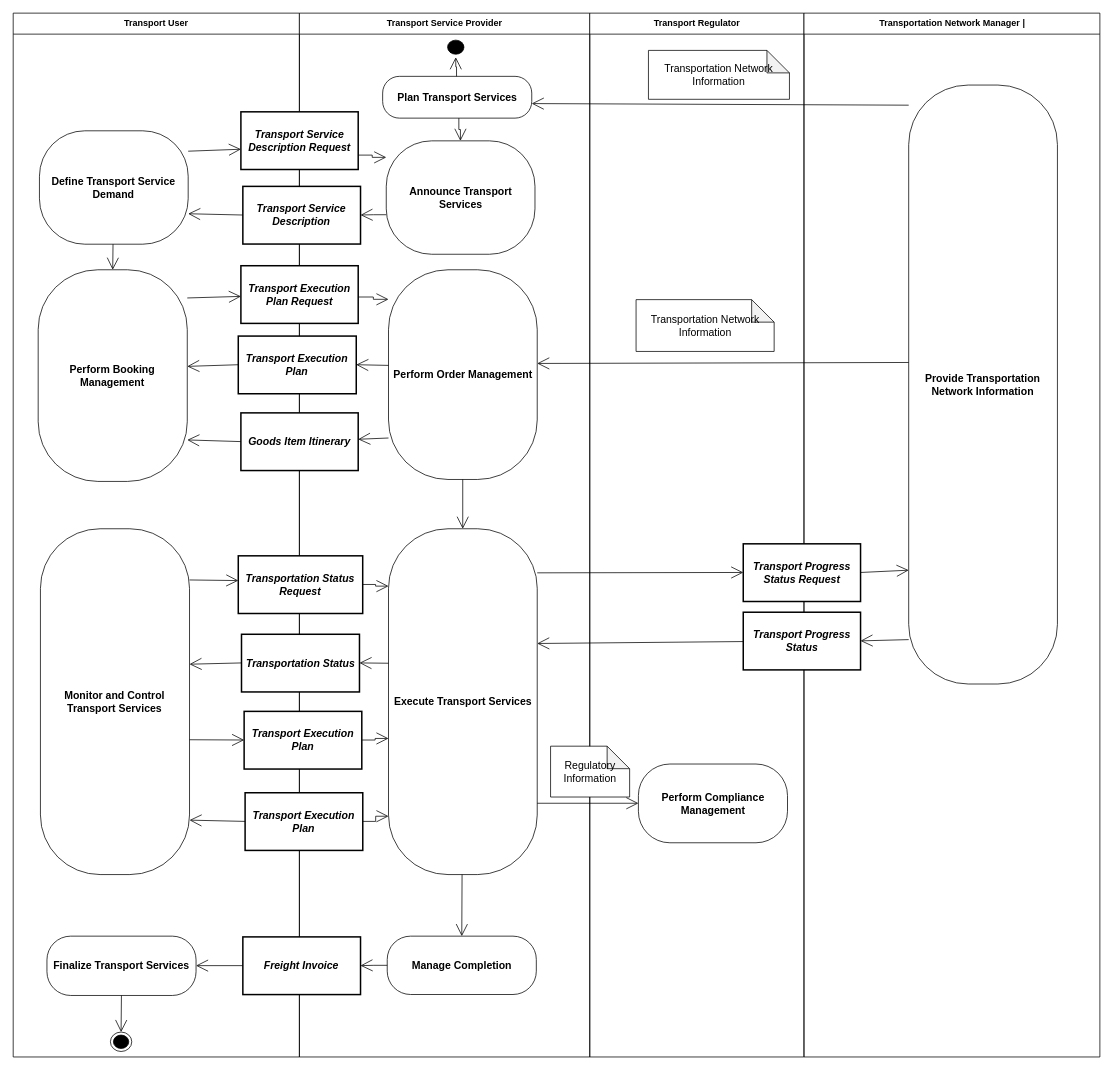
The draw.io diagram examples/UBL-2.2-IMFM-IntermodalFreightManagementProcess/UBL-2.2-IMFM-IntermodalFreightManagementProcess.drawio in kduvekot/ubl-work-on-svg-images, before the edit. Source tidied: cells renumbered, new cells numbered last; positions are measured from the earlier drawing's top-left corner, leaving out a move shared by most shapes. Both pictures are drawn from the tidied source at 75%, with x=0, y=0 at pixel (13, 13).
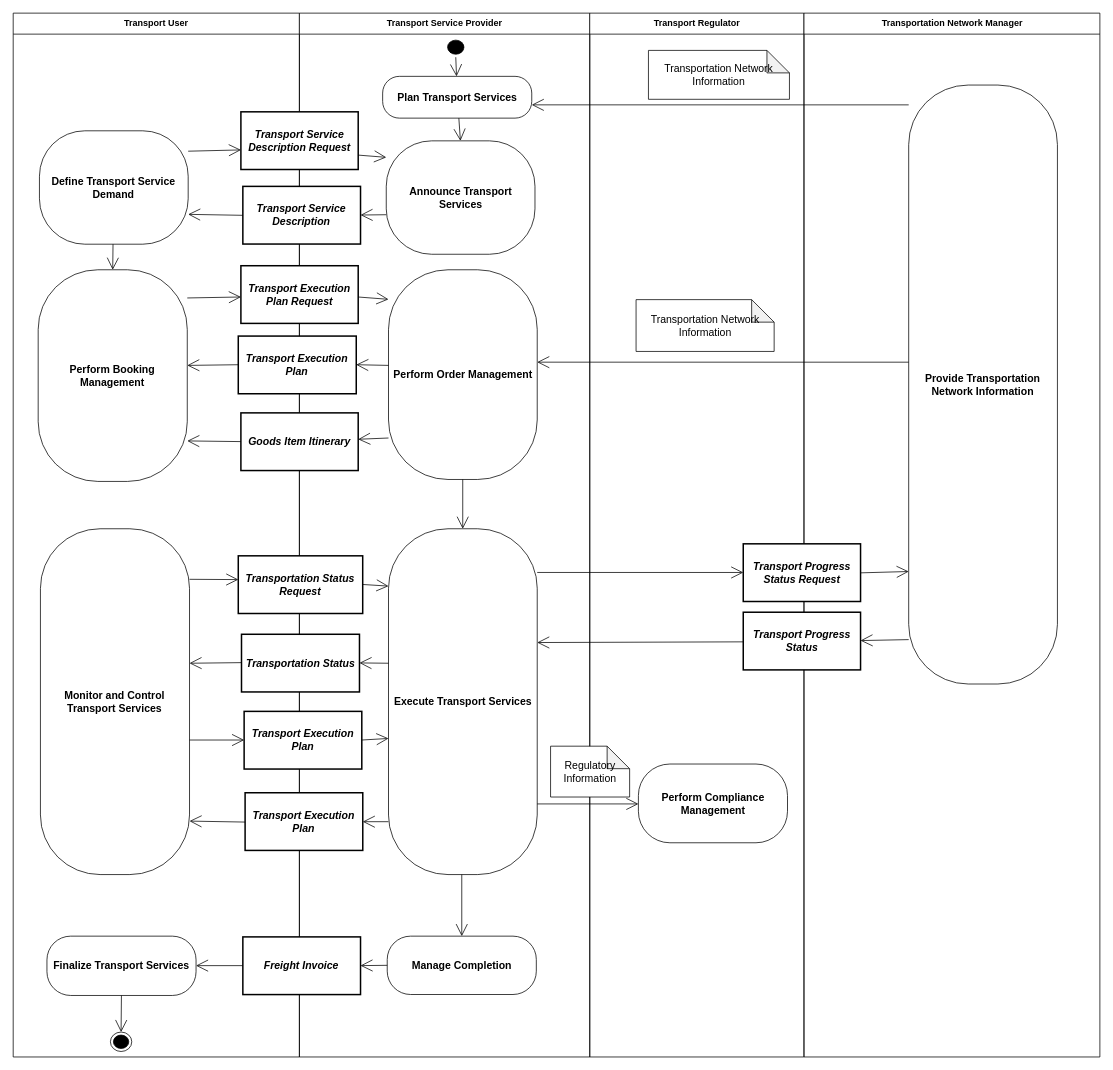
Above is the later version.

Unchanged cells that the change refers to:
```xml
<mxCell id="6" style="ellipse;html=1;shape=startState;fillColor=#000000;strokeColor=#000000;fontFamily=Helvetica;fontSize=14;" parent="1" vertex="1">
  <mxGeometry x="575.3" y="32" width="29.8" height="26.8" as="geometry" />
</mxCell>
<mxCell id="8" value="Plan Transport Services" style="rounded=1;arcSize=40;whiteSpace=wrap;html=1;fontStyle=1;fontFamily=Helvetica;fontSize=14;" parent="1" vertex="1">
  <mxGeometry x="492.7" y="84.3" width="198.8" height="55.7" as="geometry" />
</mxCell>
<mxCell id="9" value="Provide Transportation Network Information" style="rounded=1;arcSize=40;whiteSpace=wrap;html=1;fontStyle=1;fontFamily=Helvetica;fontSize=14;" parent="1" vertex="1">
  <mxGeometry x="1194.1" y="95.9" width="198.3" height="798.6" as="geometry" />
</mxCell>
<mxCell id="10" value="Transport Service Description Request" style="rounded=0;whiteSpace=wrap;html=1;fontStyle=3;strokeWidth=2;fontFamily=Helvetica;fontSize=14;" parent="1" vertex="1">
  <mxGeometry x="303.7" y="131.6" width="156.4" height="76.9" as="geometry" />
</mxCell>
<mxCell id="11" value="Define Transport Service Demand" style="rounded=1;arcSize=40;whiteSpace=wrap;html=1;fontStyle=1;fontFamily=Helvetica;fontSize=14;" parent="1" vertex="1">
  <mxGeometry x="35.1" y="156.9" width="198.3" height="151.2" as="geometry" />
</mxCell>
<mxCell id="12" value="Announce Transport Services" style="rounded=1;arcSize=40;whiteSpace=wrap;html=1;fontStyle=1;fontFamily=Helvetica;fontSize=14;" parent="1" vertex="1">
  <mxGeometry x="497.5" y="170.3" width="198.3" height="151.2" as="geometry" />
</mxCell>
<mxCell id="13" value="Transport Service Description" style="rounded=0;whiteSpace=wrap;html=1;fontStyle=3;strokeWidth=2;fontFamily=Helvetica;fontSize=14;" parent="1" vertex="1">
  <mxGeometry x="306.3" y="231" width="156.9" height="76.9" as="geometry" />
</mxCell>
<mxCell id="14" value="Transport Execution Plan Request" style="rounded=0;whiteSpace=wrap;html=1;fontStyle=3;strokeWidth=2;fontFamily=Helvetica;fontSize=14;" parent="1" vertex="1">
  <mxGeometry x="303.7" y="336.8" width="156.4" height="76.9" as="geometry" />
</mxCell>
<mxCell id="15" value="Perform Booking Management" style="rounded=1;arcSize=40;whiteSpace=wrap;html=1;fontStyle=1;fontFamily=Helvetica;fontSize=14;" parent="1" vertex="1">
  <mxGeometry x="33.4" y="342.2" width="198.8" height="282.2" as="geometry" />
</mxCell>
<mxCell id="16" value="Perform Order Management" style="rounded=1;arcSize=40;whiteSpace=wrap;html=1;fontStyle=1;fontFamily=Helvetica;fontSize=14;" parent="1" vertex="1">
  <mxGeometry x="500.5" y="342.2" width="198.3" height="279.6" as="geometry" />
</mxCell>
<mxCell id="18" value="Transport Execution Plan" style="rounded=0;whiteSpace=wrap;html=1;fontStyle=3;strokeWidth=2;fontFamily=Helvetica;fontSize=14;" parent="1" vertex="1">
  <mxGeometry x="300.2" y="430.6" width="157.3" height="76.9" as="geometry" />
</mxCell>
<mxCell id="19" value="Goods Item Itinerary" style="rounded=0;whiteSpace=wrap;html=1;fontStyle=3;strokeWidth=2;fontFamily=Helvetica;fontSize=14;" parent="1" vertex="1">
  <mxGeometry x="303.7" y="533" width="156.4" height="76.9" as="geometry" />
</mxCell>
<mxCell id="20" value="Monitor and Control Transport Services" style="rounded=1;arcSize=40;whiteSpace=wrap;html=1;fontStyle=1;fontFamily=Helvetica;fontSize=14;" parent="1" vertex="1">
  <mxGeometry x="36.4" y="687.5" width="198.8" height="461.1" as="geometry" />
</mxCell>
<mxCell id="21" value="Execute Transport Services" style="rounded=1;arcSize=40;whiteSpace=wrap;html=1;fontStyle=1;fontFamily=Helvetica;fontSize=14;" parent="1" vertex="1">
  <mxGeometry x="500.5" y="687.5" width="198.3" height="461.1" as="geometry" />
</mxCell>
<mxCell id="22" value="Transport Progress Status Request" style="rounded=0;whiteSpace=wrap;html=1;fontStyle=3;strokeWidth=2;fontFamily=Helvetica;fontSize=14;" parent="1" vertex="1">
  <mxGeometry x="973.5" y="707.6" width="156.4" height="76.9" as="geometry" />
</mxCell>
<mxCell id="23" value="Transportation Status Request" style="rounded=0;whiteSpace=wrap;html=1;fontStyle=3;strokeWidth=2;fontFamily=Helvetica;fontSize=14;" parent="1" vertex="1">
  <mxGeometry x="300.2" y="723.6" width="165.9" height="76.9" as="geometry" />
</mxCell>
<mxCell id="24" value="Transport Progress Status" style="rounded=0;whiteSpace=wrap;html=1;fontStyle=3;strokeWidth=2;fontFamily=Helvetica;fontSize=14;" parent="1" vertex="1">
  <mxGeometry x="973.5" y="798.8" width="156.4" height="76.9" as="geometry" />
</mxCell>
<mxCell id="25" value="Transportation Status" style="rounded=0;whiteSpace=wrap;html=1;fontStyle=3;strokeWidth=2;fontFamily=Helvetica;fontSize=14;" parent="1" vertex="1">
  <mxGeometry x="304.5" y="828.2" width="157.3" height="76.9" as="geometry" />
</mxCell>
<mxCell id="26" value="Transport Execution Plan" style="rounded=0;whiteSpace=wrap;html=1;fontStyle=3;strokeWidth=2;fontFamily=Helvetica;fontSize=14;" parent="1" vertex="1">
  <mxGeometry x="308" y="931" width="156.9" height="76.9" as="geometry" />
</mxCell>
<mxCell id="28" value="Perform Compliance Management" style="rounded=1;arcSize=40;whiteSpace=wrap;html=1;fontStyle=1;fontFamily=Helvetica;fontSize=14;" parent="1" vertex="1">
  <mxGeometry x="833.7" y="1001.2" width="198.8" height="105" as="geometry" />
</mxCell>
<mxCell id="29" value="Transport Execution Plan" style="rounded=0;whiteSpace=wrap;html=1;fontStyle=3;strokeWidth=2;fontFamily=Helvetica;fontSize=14;" parent="1" vertex="1">
  <mxGeometry x="309.3" y="1039.5" width="156.9" height="76.9" as="geometry" />
</mxCell>
<mxCell id="31" value="Manage Completion" style="rounded=1;arcSize=40;whiteSpace=wrap;html=1;fontStyle=1;fontFamily=Helvetica;fontSize=14;" parent="1" vertex="1">
  <mxGeometry x="498.8" y="1230.7" width="198.8" height="77.8" as="geometry" />
</mxCell>
<mxCell id="32" value="Freight Invoice" style="rounded=0;whiteSpace=wrap;html=1;fontStyle=3;strokeWidth=2;fontFamily=Helvetica;fontSize=14;" parent="1" vertex="1">
  <mxGeometry x="306.3" y="1231.7" width="156.9" height="76.9" as="geometry" />
</mxCell>
```

What changed in the source:
```diff
@@
-    <mxCell id="5" value="Transportation Network Manager |" style="swimlane;whiteSpace=wrap;html=1;startSize=28;" parent="1" vertex="1">
+    <mxCell id="5" value="Transportation Network Manager" style="swimlane;whiteSpace=wrap;html=1;startSize=28;" parent="1" vertex="1">
       <mxGeometry x="1054.5" width="394.5" height="1391.8" as="geometry" />
     </mxCell>
@@
-    <mxCell id="34" style="edgeStyle=orthogonalEdgeStyle;rounded=0;html=1;endArrow=open;endFill=0;endSize=14;exitX=0.4955;exitY=0.0;entryX=0.4933;entryY=1.0;" parent="1" edge="1" source="8" target="6">
+    <mxCell id="34" style="edgeStyle=none;rounded=0;html=1;endArrow=open;endFill=0;endSize=14;exitX=0.4933;exitY=1.0;entryX=0.4955;entryY=0.0;" parent="1" edge="1" source="6" target="8">
       <mxGeometry relative="1" as="geometry" />
     </mxCell>
-    <mxCell id="35" style="edgeStyle=none;rounded=0;html=1;endArrow=open;endFill=0;endSize=14;exitX=0.0;exitY=0.0336;entryX=1.0;entryY=0.6517;" parent="1" edge="1" source="9" target="8">
+    <mxCell id="35" style="edgeStyle=none;rounded=0;html=1;endArrow=open;endFill=0;endSize=14;exitX=0.0;exitY=0.0331;entryX=1.0;entryY=0.6822;" parent="1" edge="1" source="9" target="8">
       <mxGeometry relative="1" as="geometry" />
     </mxCell>
-    <mxCell id="36" style="edgeStyle=orthogonalEdgeStyle;rounded=0;html=1;endArrow=open;endFill=0;endSize=14;exitX=0.5111;exitY=1.0;entryX=0.4987;entryY=0.0;" parent="1" edge="1" source="8" target="12">
+    <mxCell id="36" style="edgeStyle=none;rounded=0;html=1;endArrow=open;endFill=0;endSize=14;exitX=0.5111;exitY=1.0;entryX=0.4987;entryY=0.0;" parent="1" edge="1" source="8" target="12">
       <mxGeometry relative="1" as="geometry" />
     </mxCell>
-    <mxCell id="37" style="edgeStyle=none;rounded=0;html=1;endArrow=open;endFill=0;endSize=14;exitX=1.0;exitY=0.1799;entryX=0.0;entryY=0.6489;" parent="1" edge="1" source="11" target="10">
+    <mxCell id="37" style="edgeStyle=none;rounded=0;html=1;endArrow=open;endFill=0;endSize=14;exitX=1.0;exitY=0.1799;entryX=0.0;entryY=0.6606;" parent="1" edge="1" source="11" target="10">
       <mxGeometry relative="1" as="geometry" />
     </mxCell>
-    <mxCell id="38" style="edgeStyle=orthogonalEdgeStyle;rounded=0;html=1;endArrow=open;endFill=0;endSize=14;exitX=1.0;exitY=0.7503;entryX=0.0;entryY=0.1455;" parent="1" edge="1" source="10" target="12">
+    <mxCell id="38" style="edgeStyle=none;rounded=0;html=1;endArrow=open;endFill=0;endSize=14;exitX=1.0;exitY=0.7503;entryX=0.0;entryY=0.1455;" parent="1" edge="1" source="10" target="12">
       <mxGeometry relative="1" as="geometry" />
     </mxCell>
-    <mxCell id="39" style="edgeStyle=none;rounded=0;html=1;endArrow=open;endFill=0;endSize=14;exitX=0.0;exitY=0.4967;entryX=1.0;entryY=0.7315;" parent="1" edge="1" source="13" target="11">
+    <mxCell id="39" style="edgeStyle=none;rounded=0;html=1;endArrow=open;endFill=0;endSize=14;exitX=0.0;exitY=0.502;entryX=1.0;entryY=0.7368;" parent="1" edge="1" source="13" target="11">
       <mxGeometry relative="1" as="geometry" />
     </mxCell>
-    <mxCell id="40" style="edgeStyle=orthogonalEdgeStyle;rounded=0;html=1;endArrow=open;endFill=0;endSize=14;exitX=0.0;exitY=0.6515;entryX=1.0;entryY=0.4967;" parent="1" edge="1" source="12" target="13">
+    <mxCell id="40" style="edgeStyle=none;rounded=0;html=1;endArrow=open;endFill=0;endSize=14;exitX=0.0;exitY=0.6515;entryX=1.0;entryY=0.4967;" parent="1" edge="1" source="12" target="13">
       <mxGeometry relative="1" as="geometry" />
     </mxCell>
@@
-    <mxCell id="42" style="edgeStyle=none;rounded=0;html=1;endArrow=open;endFill=0;endSize=14;exitX=1.0;exitY=0.1332;entryX=0.0;entryY=0.5319;" parent="1" edge="1" source="15" target="14">
+    <mxCell id="42" style="edgeStyle=none;rounded=0;html=1;endArrow=open;endFill=0;endSize=14;exitX=1.0;exitY=0.1332;entryX=0.0;entryY=0.5423;" parent="1" edge="1" source="15" target="14">
       <mxGeometry relative="1" as="geometry" />
     </mxCell>
-    <mxCell id="43" style="edgeStyle=orthogonalEdgeStyle;rounded=0;html=1;endArrow=open;endFill=0;endSize=14;exitX=1.0;exitY=0.5423;entryX=0.0;entryY=0.1409;" parent="1" edge="1" source="14" target="16">
+    <mxCell id="43" style="edgeStyle=none;rounded=0;html=1;endArrow=open;endFill=0;endSize=14;exitX=1.0;exitY=0.5423;entryX=0.0;entryY=0.1409;" parent="1" edge="1" source="14" target="16">
       <mxGeometry relative="1" as="geometry" />
     </mxCell>
-    <mxCell id="44" style="edgeStyle=none;rounded=0;html=1;endArrow=open;endFill=0;endSize=14;exitX=0.0;exitY=0.4632;entryX=1.0;entryY=0.4467;" parent="1" edge="1" source="9" target="16">
+    <mxCell id="44" style="edgeStyle=none;rounded=0;html=1;endArrow=open;endFill=0;endSize=14;exitX=0.0;exitY=0.4627;entryX=1.0;entryY=0.4406;" parent="1" edge="1" source="9" target="16">
       <mxGeometry relative="1" as="geometry" />
     </mxCell>
-    <mxCell id="45" style="edgeStyle=none;rounded=0;html=1;endArrow=open;endFill=0;endSize=14;exitX=0.0;exitY=0.4967;entryX=1.0;entryY=0.4564;" parent="1" edge="1" source="18" target="15">
+    <mxCell id="45" style="edgeStyle=none;rounded=0;html=1;endArrow=open;endFill=0;endSize=14;exitX=0.0;exitY=0.4967;entryX=1.0;entryY=0.4518;" parent="1" edge="1" source="18" target="15">
       <mxGeometry relative="1" as="geometry" />
     </mxCell>
@@
-    <mxCell id="48" style="edgeStyle=none;rounded=0;html=1;endArrow=open;endFill=0;endSize=14;exitX=0.0;exitY=0.498;entryX=1.0;entryY=0.804;" parent="1" edge="1" source="19" target="15">
+    <mxCell id="48" style="edgeStyle=none;rounded=0;html=1;endArrow=open;endFill=0;endSize=14;exitX=0.0;exitY=0.498;entryX=1.0;entryY=0.8086;" parent="1" edge="1" source="19" target="15">
       <mxGeometry relative="1" as="geometry" />
     </mxCell>
@@
-    <mxCell id="50" style="edgeStyle=none;rounded=0;html=1;endArrow=open;endFill=0;endSize=14;exitX=1.0;exitY=0.1275;entryX=0.0;entryY=0.4967;" parent="1" edge="1" source="21" target="22">
+    <mxCell id="50" style="edgeStyle=none;rounded=0;html=1;endArrow=open;endFill=0;endSize=14;exitX=1.0;exitY=0.1264;entryX=0.0;entryY=0.4967;" parent="1" edge="1" source="21" target="22">
       <mxGeometry relative="1" as="geometry" />
     </mxCell>
-    <mxCell id="51" style="edgeStyle=none;rounded=0;html=1;endArrow=open;endFill=0;endSize=14;exitX=1.0;exitY=0.4967;entryX=0.0;entryY=0.81;" parent="1" edge="1" source="22" target="9">
+    <mxCell id="51" style="edgeStyle=none;rounded=0;html=1;endArrow=open;endFill=0;endSize=14;exitX=1.0;exitY=0.5033;entryX=0.0;entryY=0.8122;" parent="1" edge="1" source="22" target="9">
       <mxGeometry relative="1" as="geometry" />
     </mxCell>
-    <mxCell id="52" style="edgeStyle=none;rounded=0;html=1;endArrow=open;endFill=0;endSize=14;exitX=1.0;exitY=0.1481;entryX=0.0;entryY=0.4291;" parent="1" edge="1" source="20" target="23">
+    <mxCell id="52" style="edgeStyle=none;rounded=0;html=1;endArrow=open;endFill=0;endSize=14;exitX=1.0;exitY=0.1462;entryX=0.0;entryY=0.4122;" parent="1" edge="1" source="20" target="23">
       <mxGeometry relative="1" as="geometry" />
     </mxCell>
-    <mxCell id="53" style="edgeStyle=orthogonalEdgeStyle;rounded=0;html=1;endArrow=open;endFill=0;endSize=14;exitX=1.0;exitY=0.4967;entryX=0.0;entryY=0.1659;" parent="1" edge="1" source="23" target="21">
+    <mxCell id="53" style="edgeStyle=none;rounded=0;html=1;endArrow=open;endFill=0;endSize=14;exitX=1.0;exitY=0.4967;entryX=0.0;entryY=0.1659;" parent="1" edge="1" source="23" target="21">
       <mxGeometry relative="1" as="geometry" />
     </mxCell>
-    <mxCell id="54" style="edgeStyle=none;rounded=0;html=1;endArrow=open;endFill=0;endSize=14;exitX=0.0;exitY=0.9259;entryX=1.0;entryY=0.4967;" parent="1" edge="1" source="9" target="24">
+    <mxCell id="54" style="edgeStyle=none;rounded=0;html=1;endArrow=open;endFill=0;endSize=14;exitX=0.0;exitY=0.9259;entryX=1.0;entryY=0.4915;" parent="1" edge="1" source="9" target="24">
       <mxGeometry relative="1" as="geometry" />
     </mxCell>
-    <mxCell id="55" style="edgeStyle=none;rounded=0;html=1;endArrow=open;endFill=0;endSize=14;exitX=0.0;exitY=0.5085;entryX=1.0;entryY=0.3318;" parent="1" edge="1" source="24" target="21">
+    <mxCell id="55" style="edgeStyle=none;rounded=0;html=1;endArrow=open;endFill=0;endSize=14;exitX=0.0;exitY=0.5137;entryX=1.0;entryY=0.329;" parent="1" edge="1" source="24" target="21">
       <mxGeometry relative="1" as="geometry" />
     </mxCell>
-    <mxCell id="56" style="edgeStyle=none;rounded=0;html=1;endArrow=open;endFill=0;endSize=14;exitX=0.0;exitY=0.4967;entryX=1.0;entryY=0.3917;" parent="1" edge="1" source="25" target="20">
+    <mxCell id="56" style="edgeStyle=none;rounded=0;html=1;endArrow=open;endFill=0;endSize=14;exitX=0.0;exitY=0.4915;entryX=1.0;entryY=0.3889;" parent="1" edge="1" source="25" target="20">
       <mxGeometry relative="1" as="geometry" />
     </mxCell>
@@
-    <mxCell id="58" style="edgeStyle=none;rounded=0;html=1;endArrow=open;endFill=0;endSize=14;exitX=1.0;exitY=0.6101;entryX=0.0;entryY=0.4967;" parent="1" edge="1" source="20" target="26">
+    <mxCell id="58" style="edgeStyle=none;rounded=0;html=1;endArrow=open;endFill=0;endSize=14;exitX=1.0;exitY=0.6109;entryX=0.0;entryY=0.4967;" parent="1" edge="1" source="20" target="26">
       <mxGeometry relative="1" as="geometry" />
     </mxCell>
-    <mxCell id="59" style="edgeStyle=orthogonalEdgeStyle;rounded=0;html=1;endArrow=open;endFill=0;endSize=14;exitX=1.0;exitY=0.4967;entryX=0.0;entryY=0.6064;" parent="1" edge="1" source="26" target="21">
+    <mxCell id="59" style="edgeStyle=none;rounded=0;html=1;endArrow=open;endFill=0;endSize=14;exitX=1.0;exitY=0.4967;entryX=0.0;entryY=0.6064;" parent="1" edge="1" source="26" target="21">
       <mxGeometry relative="1" as="geometry" />
     </mxCell>
-    <mxCell id="60" style="edgeStyle=none;rounded=0;html=1;endArrow=open;endFill=0;endSize=14;exitX=1.0;exitY=0.7938;entryX=0.0;entryY=0.4981;" parent="1" edge="1" source="21" target="28">
+    <mxCell id="60" style="edgeStyle=none;rounded=0;html=1;endArrow=open;endFill=0;endSize=14;exitX=1.0;exitY=0.7957;entryX=0.0;entryY=0.5067;" parent="1" edge="1" source="21" target="28">
       <mxGeometry relative="1" as="geometry" />
     </mxCell>
-    <mxCell id="61" style="edgeStyle=none;rounded=0;html=1;endArrow=open;endFill=0;endSize=14;exitX=0.0;exitY=0.4967;entryX=1.0;entryY=0.8426;" parent="1" edge="1" source="29" target="20">
+    <mxCell id="61" style="edgeStyle=none;rounded=0;html=1;endArrow=open;endFill=0;endSize=14;exitX=0.0;exitY=0.5085;entryX=1.0;entryY=0.8454;" parent="1" edge="1" source="29" target="20">
       <mxGeometry relative="1" as="geometry" />
     </mxCell>
-    <mxCell id="62" style="edgeStyle=orthogonalEdgeStyle;rounded=0;html=1;endArrow=open;endFill=0;endSize=14;exitX=1.0;exitY=0.4967;entryX=0.0;entryY=0.8313;" parent="1" edge="1" source="29" target="21">
+    <mxCell id="62" style="edgeStyle=none;rounded=0;html=1;endArrow=open;endFill=0;endSize=14;exitX=0.0;exitY=0.8471;entryX=1.0;entryY=0.502;" parent="1" edge="1" source="21" target="29">
       <mxGeometry relative="1" as="geometry" />
     </mxCell>
-    <mxCell id="63" style="edgeStyle=none;rounded=0;html=1;endArrow=open;endFill=0;endSize=14;exitX=0.4947;exitY=1.0;entryX=0.5;entryY=0.0;" parent="1" edge="1" source="21" target="31">
+    <mxCell id="63" style="edgeStyle=none;rounded=0;html=1;endArrow=open;endFill=0;endSize=14;exitX=0.4927;exitY=1.0;entryX=0.5;entryY=0.0;" parent="1" edge="1" source="21" target="31">
       <mxGeometry relative="1" as="geometry" />
     </mxCell>
@@
-    <mxCell id="65" style="edgeStyle=orthogonalEdgeStyle;rounded=0;html=1;endArrow=open;endFill=0;endSize=14;exitX=0.0;exitY=0.5;entryX=1.0;entryY=0.498;" parent="1" edge="1" source="31" target="32">
+    <mxCell id="65" style="edgeStyle=none;rounded=0;html=1;endArrow=open;endFill=0;endSize=14;exitX=0.0;exitY=0.5;entryX=1.0;entryY=0.498;" parent="1" edge="1" source="31" target="32">
       <mxGeometry relative="1" as="geometry" />
     </mxCell>
```
